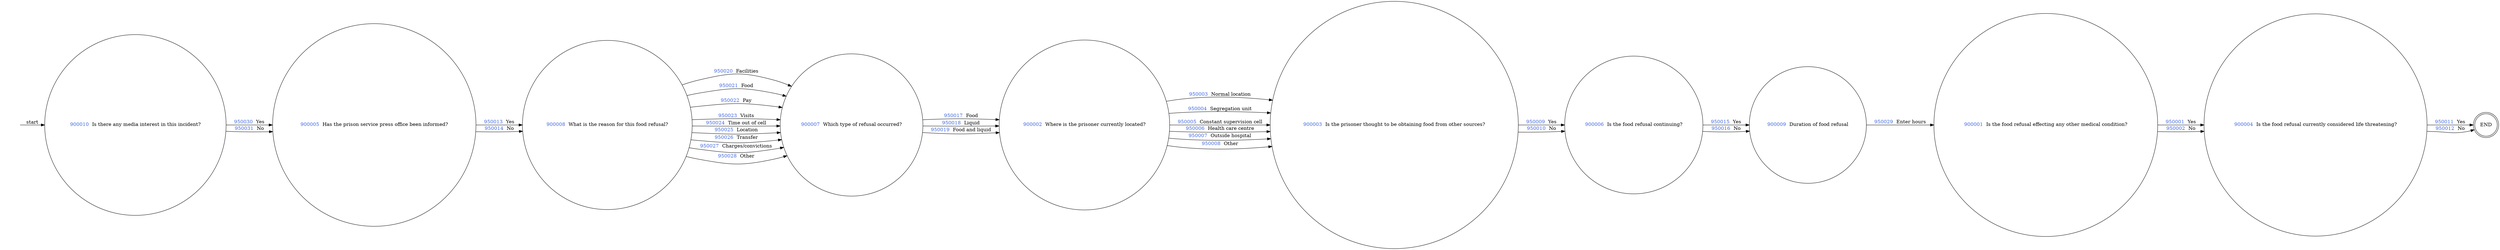
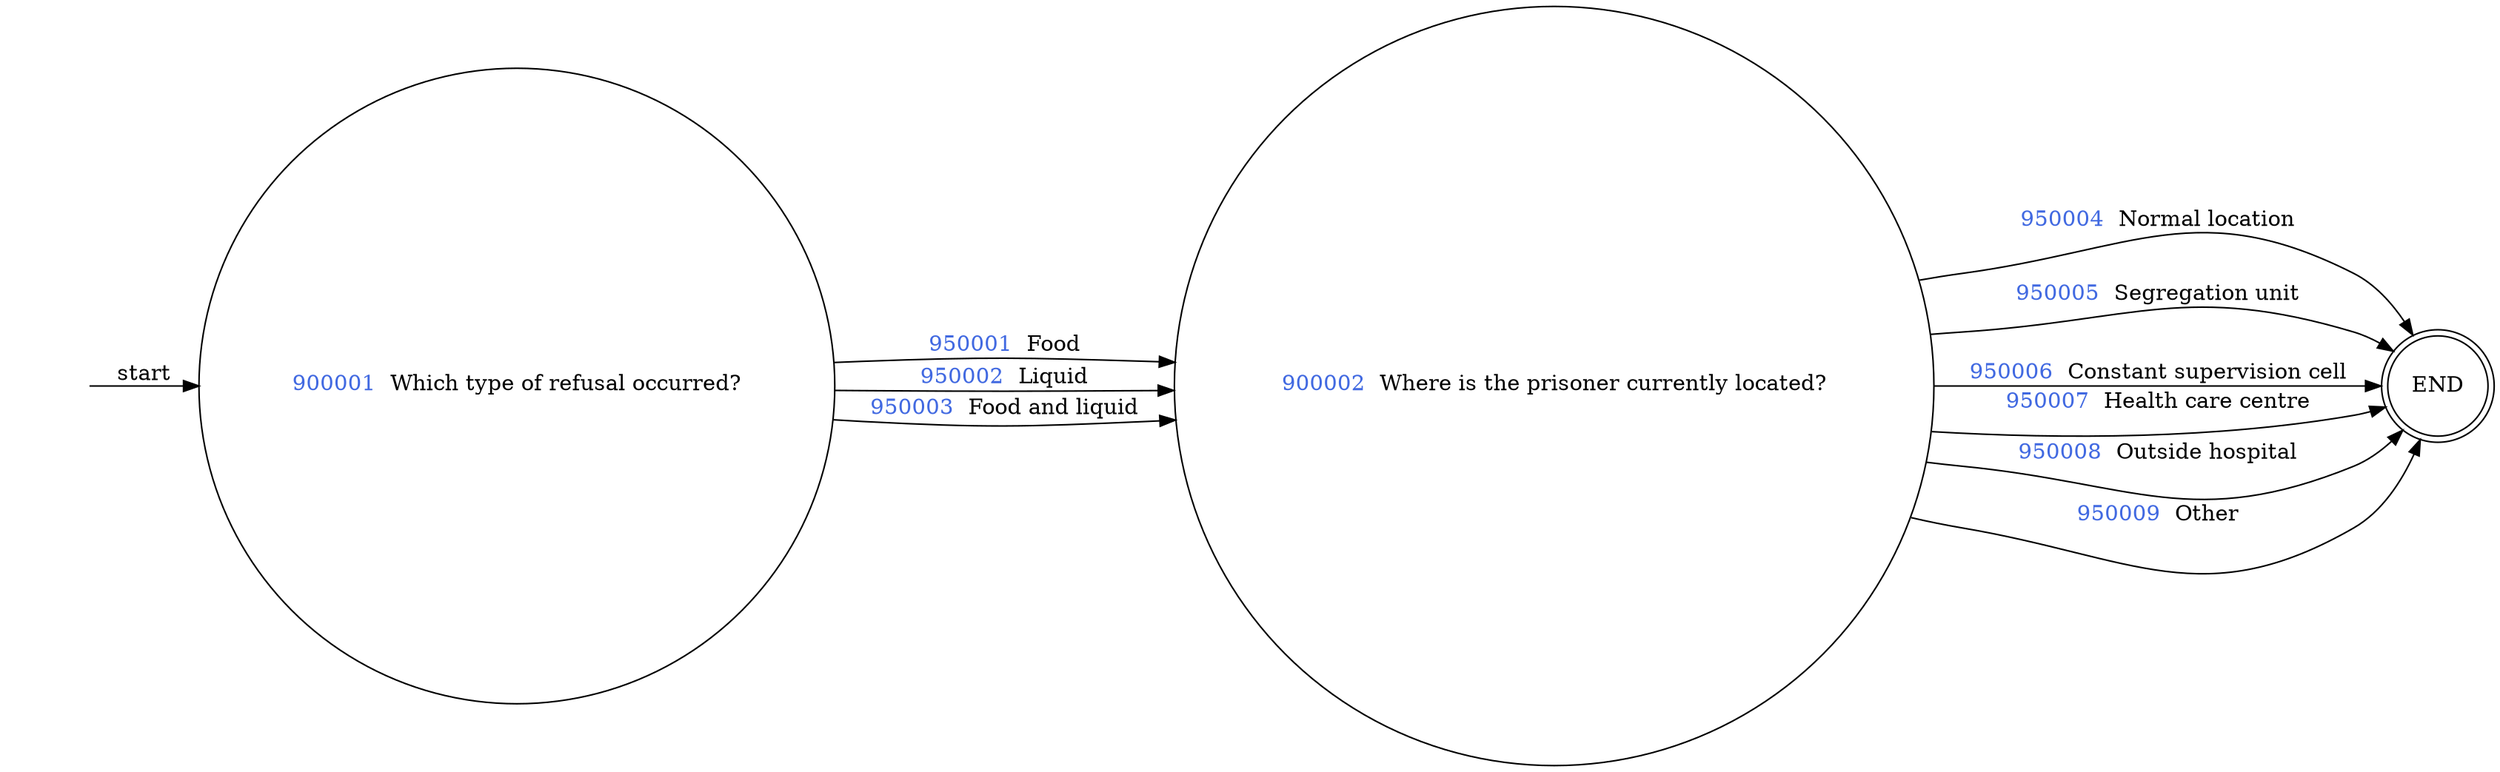
digraph FOOD_REFUSAL_2 {
  rankdir=LR;
  node [shape = circle];

  START_NODE [label="", shape=none];
-   START_NODE -> 900010 [label = "start"];
+   START_NODE -> 900001 [label = "start"];
  END_NODE [label="END", shape="doublecircle"];
-     900001 [label=< <FONT COLOR="royalblue">900001 </FONT> Is the food refusal effecting any other medical condition? >];
-       900001 -> 900004 [label=< <FONT COLOR="royalblue">950001 </FONT> Yes >];
-       900001 -> 900004 [label=< <FONT COLOR="royalblue">950002 </FONT> No >];
+     900001 [label=< <FONT COLOR="royalblue">900001 </FONT> Which type of refusal occurred? >];
+       900001 -> 900002 [label=< <FONT COLOR="royalblue">950001 </FONT> Food >];
+       900001 -> 900002 [label=< <FONT COLOR="royalblue">950002 </FONT> Liquid >];
+       900001 -> 900002 [label=< <FONT COLOR="royalblue">950003 </FONT> Food and liquid >];
    900002 [label=< <FONT COLOR="royalblue">900002 </FONT> Where is the prisoner currently located? >];
-       900002 -> 900003 [label=< <FONT COLOR="royalblue">950003 </FONT> Normal location >];
-       900002 -> 900003 [label=< <FONT COLOR="royalblue">950004 </FONT> Segregation unit >];
-       900002 -> 900003 [label=< <FONT COLOR="royalblue">950005 </FONT> Constant supervision cell >];
-       900002 -> 900003 [label=< <FONT COLOR="royalblue">950006 </FONT> Health care centre >];
-       900002 -> 900003 [label=< <FONT COLOR="royalblue">950007 </FONT> Outside hospital >];
-       900002 -> 900003 [label=< <FONT COLOR="royalblue">950008 </FONT> Other >];
-     900003 [label=< <FONT COLOR="royalblue">900003 </FONT> Is the prisoner thought to be obtaining food from other sources? >];
-       900003 -> 900006 [label=< <FONT COLOR="royalblue">950009 </FONT> Yes >];
-       900003 -> 900006 [label=< <FONT COLOR="royalblue">950010 </FONT> No >];
-     900004 [label=< <FONT COLOR="royalblue">900004 </FONT> Is the food refusal currently considered life threatening? >];
-       900004 -> END_NODE [label=< <FONT COLOR="royalblue">950011 </FONT> Yes >];
-       900004 -> END_NODE [label=< <FONT COLOR="royalblue">950012 </FONT> No >];
-     900005 [label=< <FONT COLOR="royalblue">900005 </FONT> Has the prison service press office been informed? >];
-       900005 -> 900008 [label=< <FONT COLOR="royalblue">950013 </FONT> Yes >];
-       900005 -> 900008 [label=< <FONT COLOR="royalblue">950014 </FONT> No >];
-     900006 [label=< <FONT COLOR="royalblue">900006 </FONT> Is the food refusal continuing? >];
-       900006 -> 900009 [label=< <FONT COLOR="royalblue">950015 </FONT> Yes >];
-       900006 -> 900009 [label=< <FONT COLOR="royalblue">950016 </FONT> No >];
-     900007 [label=< <FONT COLOR="royalblue">900007 </FONT> Which type of refusal occurred? >];
-       900007 -> 900002 [label=< <FONT COLOR="royalblue">950017 </FONT> Food >];
-       900007 -> 900002 [label=< <FONT COLOR="royalblue">950018 </FONT> Liquid >];
-       900007 -> 900002 [label=< <FONT COLOR="royalblue">950019 </FONT> Food and liquid >];
-     900008 [label=< <FONT COLOR="royalblue">900008 </FONT> What is the reason for this food refusal? >];
-       900008 -> 900007 [label=< <FONT COLOR="royalblue">950020 </FONT> Facilities >];
-       900008 -> 900007 [label=< <FONT COLOR="royalblue">950021 </FONT> Food >];
-       900008 -> 900007 [label=< <FONT COLOR="royalblue">950022 </FONT> Pay >];
-       900008 -> 900007 [label=< <FONT COLOR="royalblue">950023 </FONT> Visits >];
-       900008 -> 900007 [label=< <FONT COLOR="royalblue">950024 </FONT> Time out of cell >];
-       900008 -> 900007 [label=< <FONT COLOR="royalblue">950025 </FONT> Location >];
-       900008 -> 900007 [label=< <FONT COLOR="royalblue">950026 </FONT> Transfer >];
-       900008 -> 900007 [label=< <FONT COLOR="royalblue">950027 </FONT> Charges/convictions >];
-       900008 -> 900007 [label=< <FONT COLOR="royalblue">950028 </FONT> Other >];
-     900009 [label=< <FONT COLOR="royalblue">900009 </FONT> Duration of food refusal >];
-       900009 -> 900001 [label=< <FONT COLOR="royalblue">950029 </FONT> Enter hours >];
-     900010 [label=< <FONT COLOR="royalblue">900010 </FONT> Is there any media interest in this incident? >];
-       900010 -> 900005 [label=< <FONT COLOR="royalblue">950030 </FONT> Yes >];
-       900010 -> 900005 [label=< <FONT COLOR="royalblue">950031 </FONT> No >];
+       900002 -> END_NODE [label=< <FONT COLOR="royalblue">950004 </FONT> Normal location >];
+       900002 -> END_NODE [label=< <FONT COLOR="royalblue">950005 </FONT> Segregation unit >];
+       900002 -> END_NODE [label=< <FONT COLOR="royalblue">950006 </FONT> Constant supervision cell >];
+       900002 -> END_NODE [label=< <FONT COLOR="royalblue">950007 </FONT> Health care centre >];
+       900002 -> END_NODE [label=< <FONT COLOR="royalblue">950008 </FONT> Outside hospital >];
+       900002 -> END_NODE [label=< <FONT COLOR="royalblue">950009 </FONT> Other >];
}
